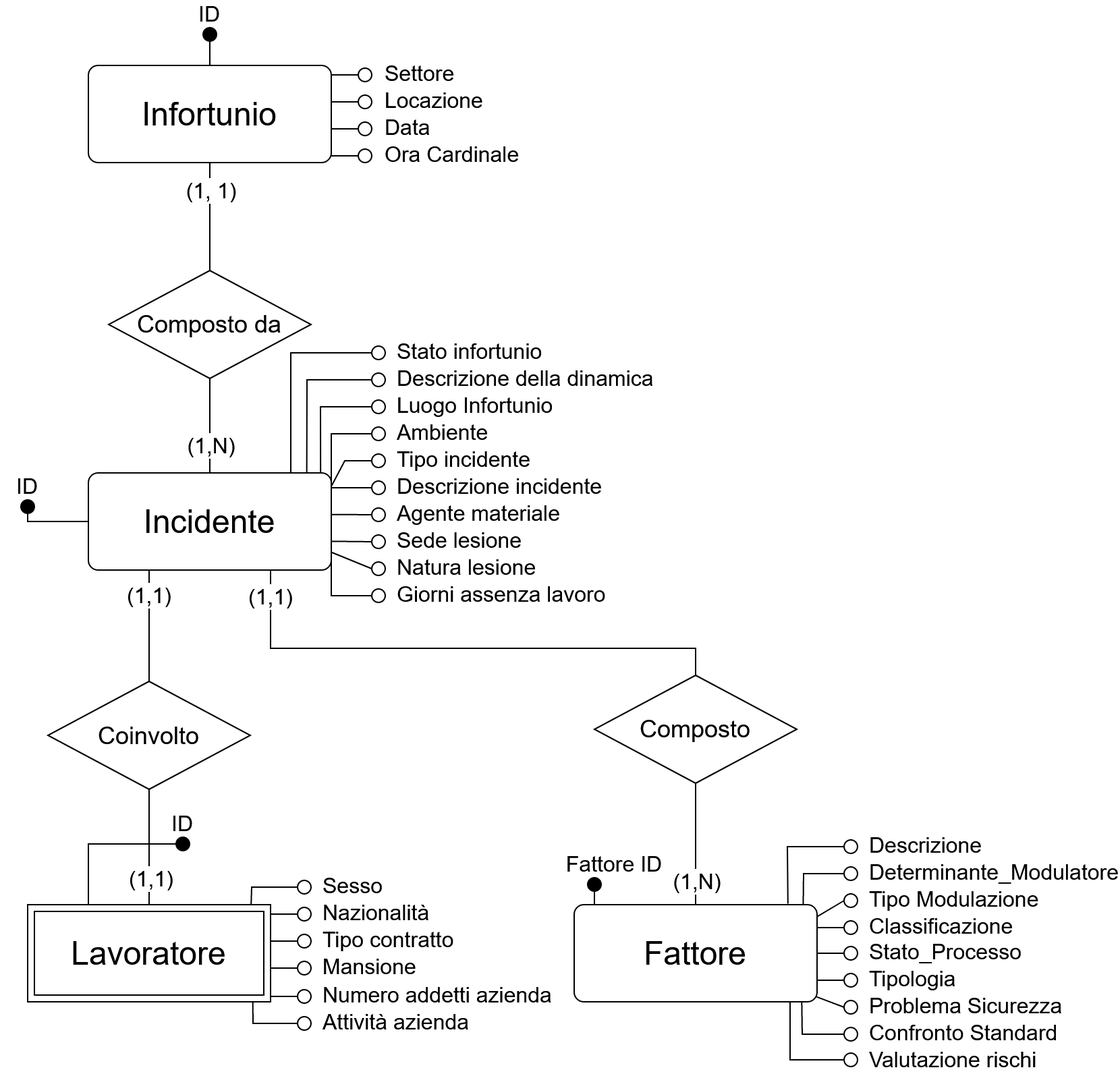
Earlier version of the draw.io export assets/presentation/ER schema.png (Grozby/WrapperInformo). Source tidied: cells renumbered, new cells last; positions are measured from the earlier drawing's top-left corner, leaving out a move shared by most shapes.
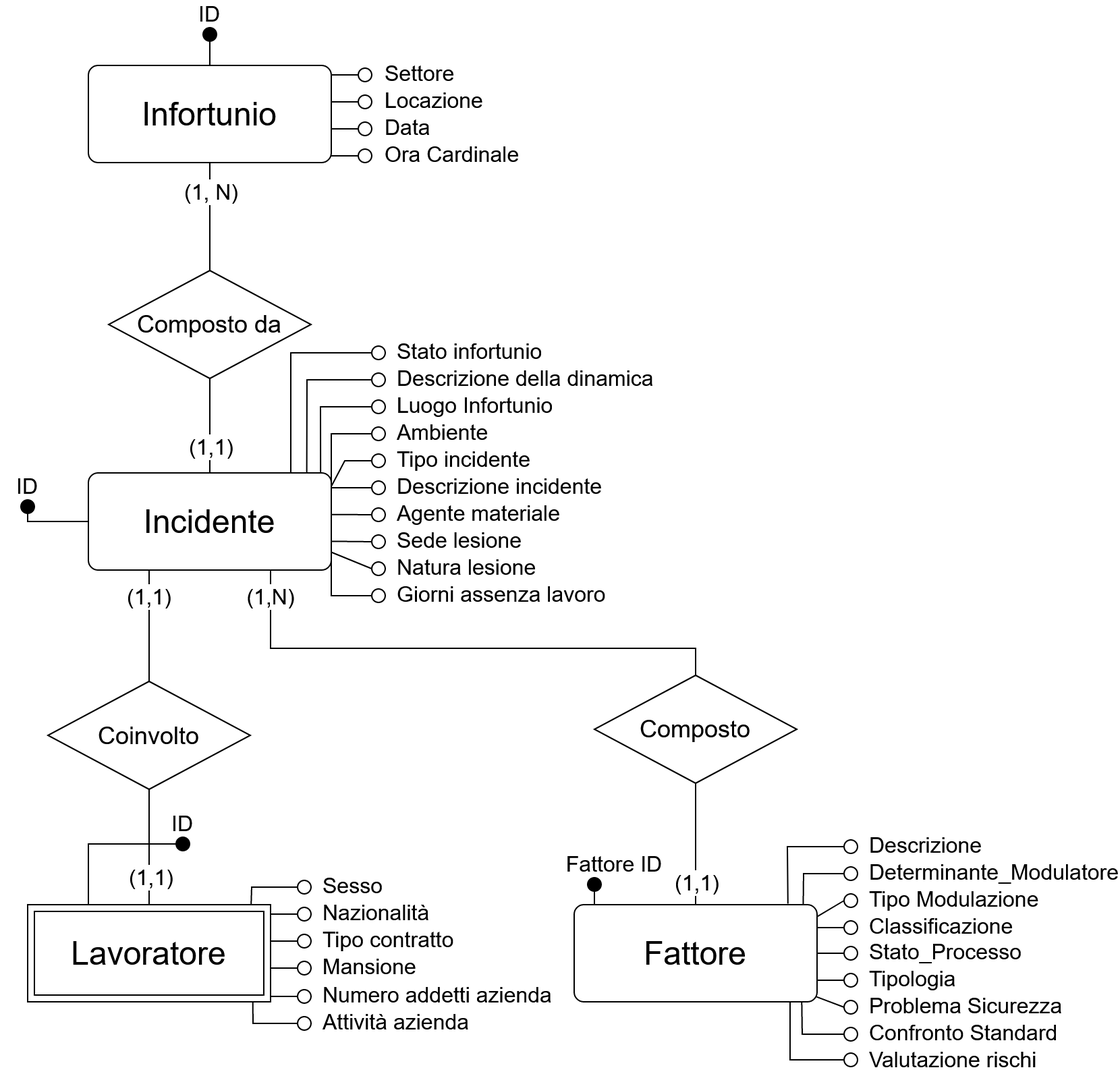
The same file after the commit.

Commit message:
Forgot to switch cardinalities in ER...

Change to the diagram source:
```diff
@@ -17,7 +17,7 @@
     <mxCell id="6" style="endArrow=none;html=1;rounded=0;exitX=0.5;exitY=0;exitDx=0;exitDy=0;entryX=0.5;entryY=0;entryDx=0;entryDy=0;" parent="1" edge="1" source="3" target="2">
       <mxGeometry relative="1" as="geometry" />
     </mxCell>
-    <mxCell id="7" value="(1, 1)" style="edgeLabel;html=1;align=center;verticalAlign=middle;fontSize=16;" parent="6" vertex="1">
+    <mxCell id="7" value="(1, N)" style="edgeLabel;html=1;align=center;verticalAlign=middle;fontSize=16;" parent="6" vertex="1">
       <mxGeometry x="-0.42" relative="1" as="geometry">
         <mxPoint y="-3.3" as="offset" />
       </mxGeometry>
@@ -25,7 +25,7 @@
     <mxCell id="8" style="endArrow=none;html=1;rounded=0;exitX=0.5;exitY=1;exitDx=0;exitDy=0;entryX=0.5;entryY=1;entryDx=0;entryDy=0;" parent="1" edge="1" source="2" target="5">
       <mxGeometry relative="1" as="geometry" />
     </mxCell>
-    <mxCell id="9" value="(1,N)" style="edgeLabel;html=1;align=center;verticalAlign=middle;fontSize=16;" parent="8" vertex="1">
+    <mxCell id="9" value="(1,1)" style="edgeLabel;html=1;align=center;verticalAlign=middle;fontSize=16;" parent="8" vertex="1">
       <mxGeometry x="0.59" y="1" relative="1" as="geometry">
         <mxPoint x="-1" y="-6" as="offset" />
       </mxGeometry>
@@ -64,7 +64,7 @@
         </Array>
       </mxGeometry>
     </mxCell>
-    <mxCell id="17" value="&lt;font style=&quot;font-size: 16px&quot;&gt;(1,1)&lt;/font&gt;" style="edgeLabel;html=1;align=center;verticalAlign=middle;" parent="16" vertex="1">
+    <mxCell id="17" value="&lt;font style=&quot;font-size: 16px&quot;&gt;(1,N)&lt;/font&gt;" style="edgeLabel;html=1;align=center;verticalAlign=middle;" parent="16" vertex="1">
       <mxGeometry x="-0.73" relative="1" as="geometry">
         <mxPoint x="-1" y="-35.1" as="offset" />
       </mxGeometry>
@@ -72,7 +72,7 @@
     <mxCell id="18" style="endArrow=none;html=1;rounded=0;entryX=0.5;entryY=1;entryDx=0;entryDy=0;exitX=0.5;exitY=1;exitDx=0;exitDy=0;" parent="1" edge="1" source="15" target="4">
       <mxGeometry relative="1" as="geometry" />
     </mxCell>
-    <mxCell id="19" value="(&lt;font style=&quot;font-size: 16px&quot;&gt;1&lt;/font&gt;,N)" style="edgeLabel;html=1;align=center;verticalAlign=middle;fontSize=16;" parent="18" vertex="1">
+    <mxCell id="19" value="(&lt;font style=&quot;font-size: 16px&quot;&gt;1&lt;/font&gt;,1)" style="edgeLabel;html=1;align=center;verticalAlign=middle;fontSize=16;" parent="18" vertex="1">
       <mxGeometry x="-0.73" relative="1" as="geometry">
         <mxPoint y="60.6" as="offset" />
       </mxGeometry>
```
